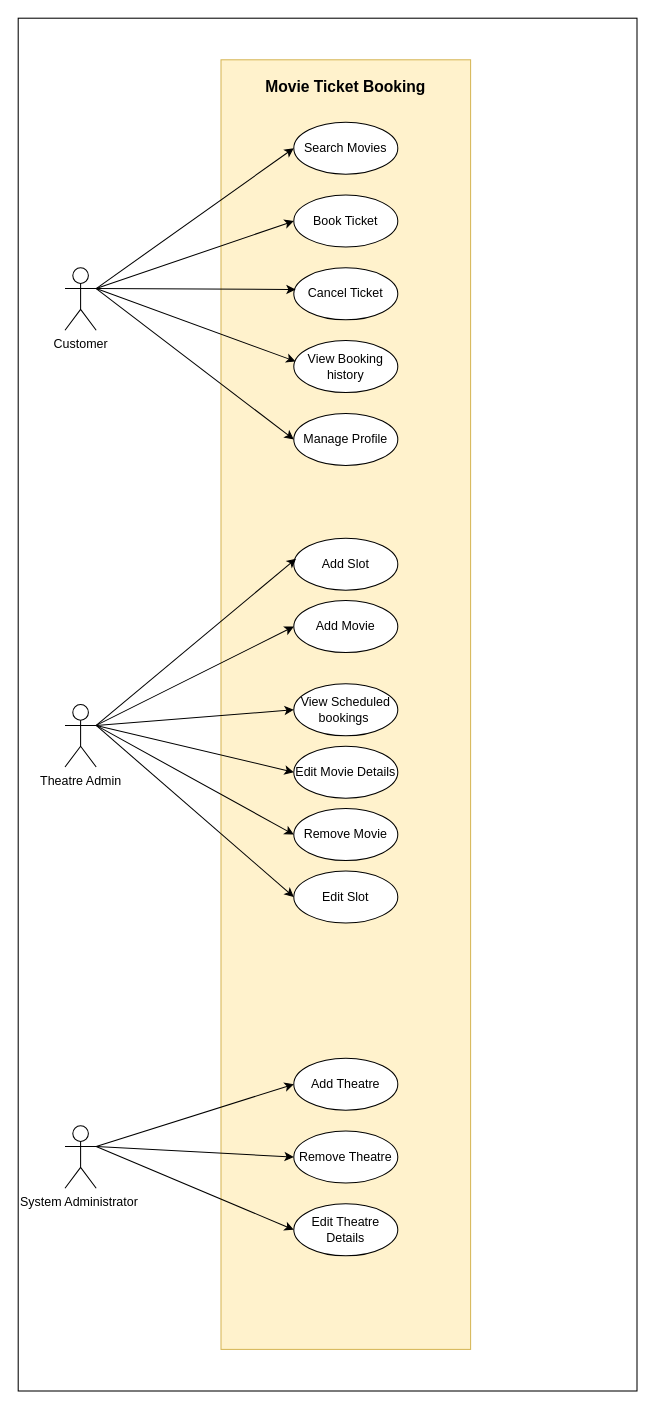
Before: page "Page-1" (1 of 2) of usecase diagram.drawio in abhihksd/MovieBookingWebsite, a draw.io diagram. Source tidied: cells renumbered, new cells numbered last; positions are measured from the earlier drawing's top-left corner, leaving out a move shared by most shapes. Both pictures are drawn from the tidied source at 104%, with x=0, y=0 at pixel (18, 18).
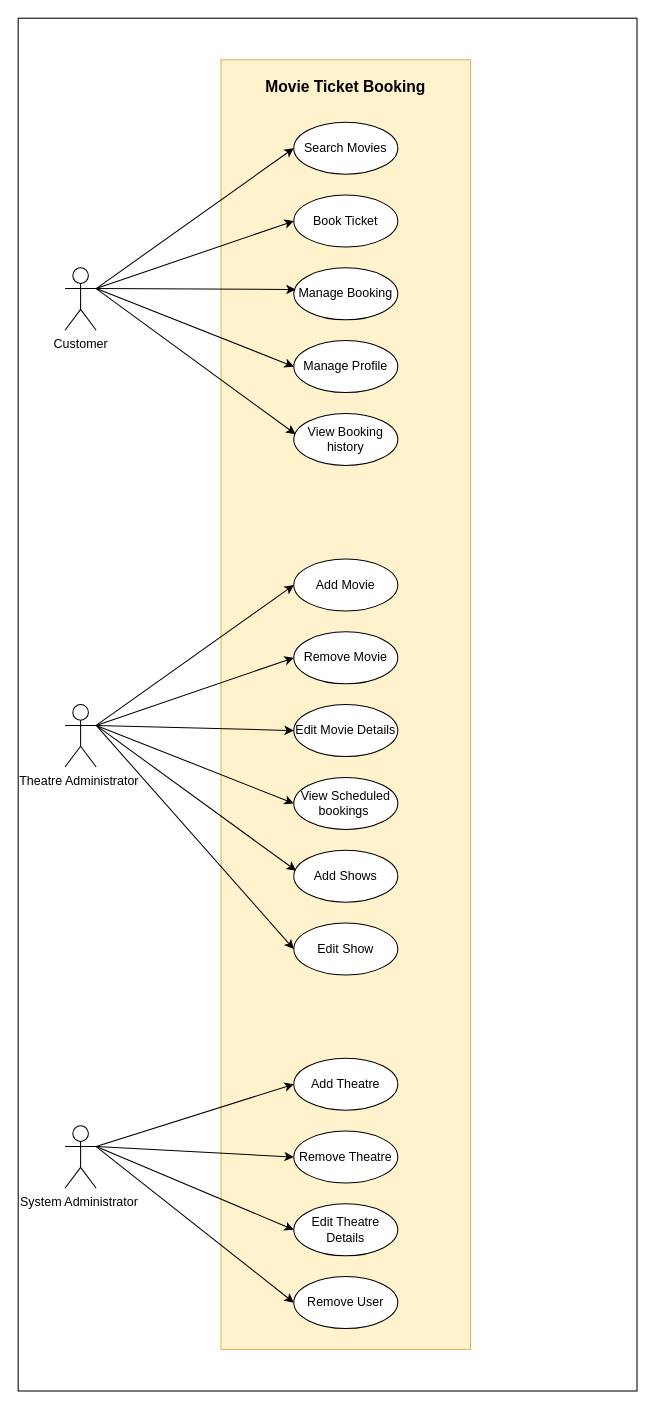
Above is the later version.

Unchanged cells that the change refers to:
```xml
<mxCell id="29" value="System Administrator&amp;nbsp;" style="shape=umlActor;verticalLabelPosition=bottom;verticalAlign=top;html=1;outlineConnect=0;" parent="1" vertex="1">
  <mxGeometry x="45" y="1065" width="30" height="60" as="geometry" />
</mxCell>
```

What changed in the source:
```diff
@@
-    <mxCell id="8" value="Cancel Ticket" style="ellipse;whiteSpace=wrap;html=1;" parent="1" vertex="1">
+    <mxCell id="8" value="Manage Booking" style="ellipse;whiteSpace=wrap;html=1;" parent="1" vertex="1">
       <mxGeometry x="265" y="240" width="100" height="50" as="geometry" />
     </mxCell>
@@
     <mxCell id="12" value="Manage Profile" style="ellipse;whiteSpace=wrap;html=1;" parent="1" vertex="1">
-      <mxGeometry x="265" y="380" width="100" height="50" as="geometry" />
+      <mxGeometry x="265" y="310" width="100" height="50" as="geometry" />
     </mxCell>
     <mxCell id="13" value="View Booking history" style="ellipse;whiteSpace=wrap;html=1;" parent="1" vertex="1">
-      <mxGeometry x="265" y="310" width="100" height="50" as="geometry" />
+      <mxGeometry x="265" y="380" width="100" height="50" as="geometry" />
     </mxCell>
@@
-    <mxCell id="16" value="Theatre Admin" style="shape=umlActor;verticalLabelPosition=bottom;verticalAlign=top;html=1;outlineConnect=0;" parent="1" vertex="1">
+    <mxCell id="16" value="Theatre Administrator&amp;nbsp;" style="shape=umlActor;verticalLabelPosition=bottom;verticalAlign=top;html=1;outlineConnect=0;" parent="1" vertex="1">
       <mxGeometry x="45" y="660" width="30" height="60" as="geometry" />
     </mxCell>
     <mxCell id="17" value="Add Movie" style="ellipse;whiteSpace=wrap;html=1;" parent="1" vertex="1">
-      <mxGeometry x="265" y="560" width="100" height="50" as="geometry" />
+      <mxGeometry x="265" y="520" width="100" height="50" as="geometry" />
     </mxCell>
     <mxCell id="18" value="Remove Movie" style="ellipse;whiteSpace=wrap;html=1;" parent="1" vertex="1">
-      <mxGeometry x="265" y="760" width="100" height="50" as="geometry" />
+      <mxGeometry x="265" y="590" width="100" height="50" as="geometry" />
     </mxCell>
@@
     <mxCell id="21" value="Edit Movie Details" style="ellipse;whiteSpace=wrap;html=1;" parent="1" vertex="1">
-      <mxGeometry x="265" y="700" width="100" height="50" as="geometry" />
+      <mxGeometry x="265" y="660" width="100" height="50" as="geometry" />
     </mxCell>
@@
     <mxCell id="23" value="View Scheduled bookings&amp;nbsp;" style="ellipse;whiteSpace=wrap;html=1;" parent="1" vertex="1">
-      <mxGeometry x="265" y="640" width="100" height="50" as="geometry" />
+      <mxGeometry x="265" y="730" width="100" height="50" as="geometry" />
     </mxCell>
@@
-    <mxCell id="25" value="Add Slot" style="ellipse;whiteSpace=wrap;html=1;" parent="1" vertex="1">
-      <mxGeometry x="265" y="500" width="100" height="50" as="geometry" />
+    <mxCell id="25" value="Add Shows" style="ellipse;whiteSpace=wrap;html=1;" parent="1" vertex="1">
+      <mxGeometry x="265" y="800" width="100" height="50" as="geometry" />
     </mxCell>
-    <mxCell id="26" value="Edit Slot" style="ellipse;whiteSpace=wrap;html=1;" parent="1" vertex="1">
-      <mxGeometry x="265" y="820" width="100" height="50" as="geometry" />
+    <mxCell id="26" value="Edit Show" style="ellipse;whiteSpace=wrap;html=1;" parent="1" vertex="1">
+      <mxGeometry x="265" y="870" width="100" height="50" as="geometry" />
     </mxCell>
@@
+    <mxCell id="36" value="Remove User" style="ellipse;whiteSpace=wrap;html=1;" parent="1" vertex="1">
+      <mxGeometry x="265" y="1210" width="100" height="50" as="geometry" />
+    </mxCell>
@@
+    <mxCell id="37" style="endArrow=classic;html=1;rounded=0;entryX=0;entryY=0.5;entryDx=0;entryDy=0;exitX=1;exitY=0.3333333333333333;exitDx=0;exitDy=0;exitPerimeter=0;" parent="1" edge="1" source="29" target="36">
+      <mxGeometry relative="1" as="geometry" />
+    </mxCell>
```
